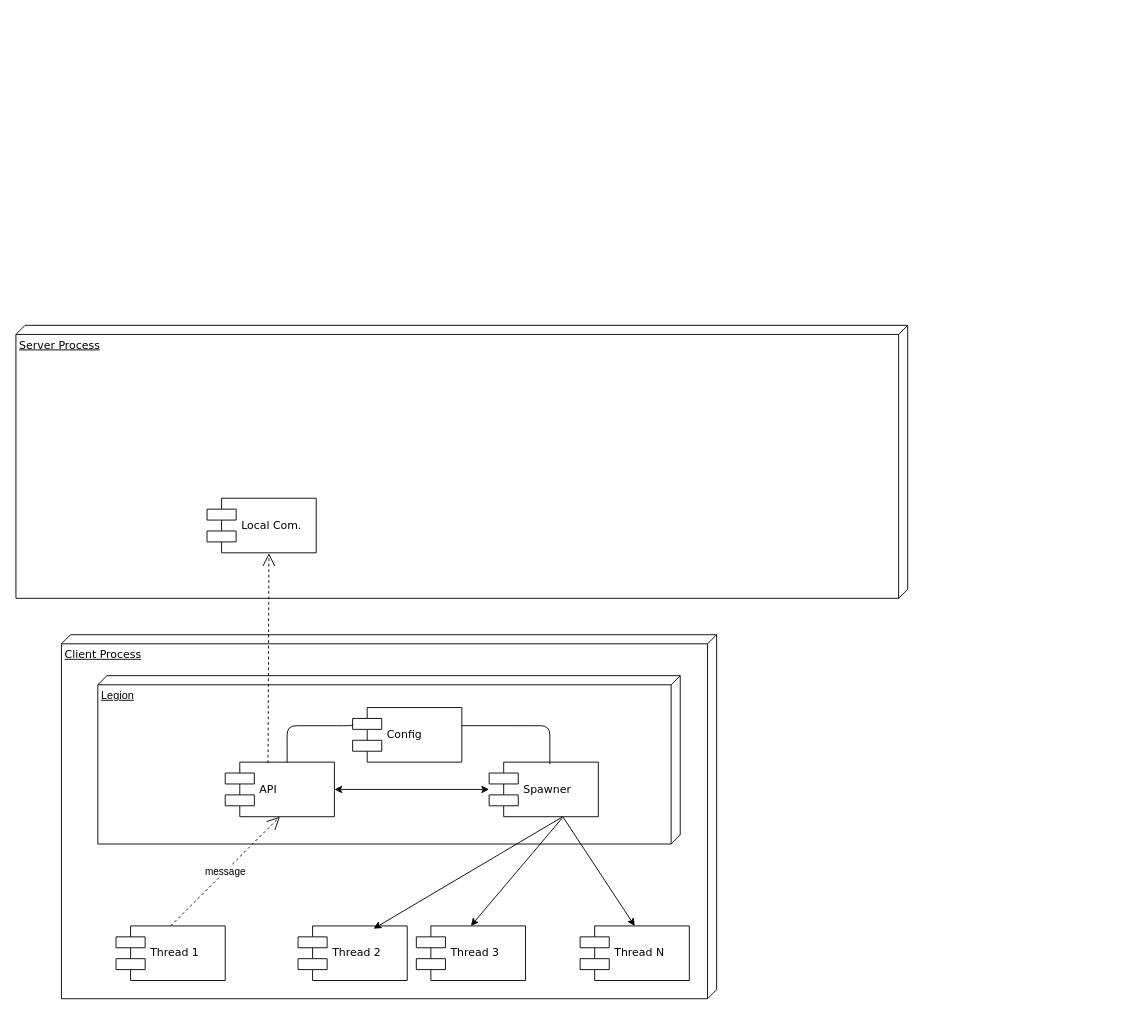
Before: basic_idea.drawio in exchangelegion/legion, a draw.io diagram. Source tidied: cells renumbered, new cells numbered last; positions are measured from the earlier drawing's top-left corner, leaving out a move shared by most shapes. Both pictures are drawn from the tidied source at 91%, with x=0, y=0 at pixel (15, 325).
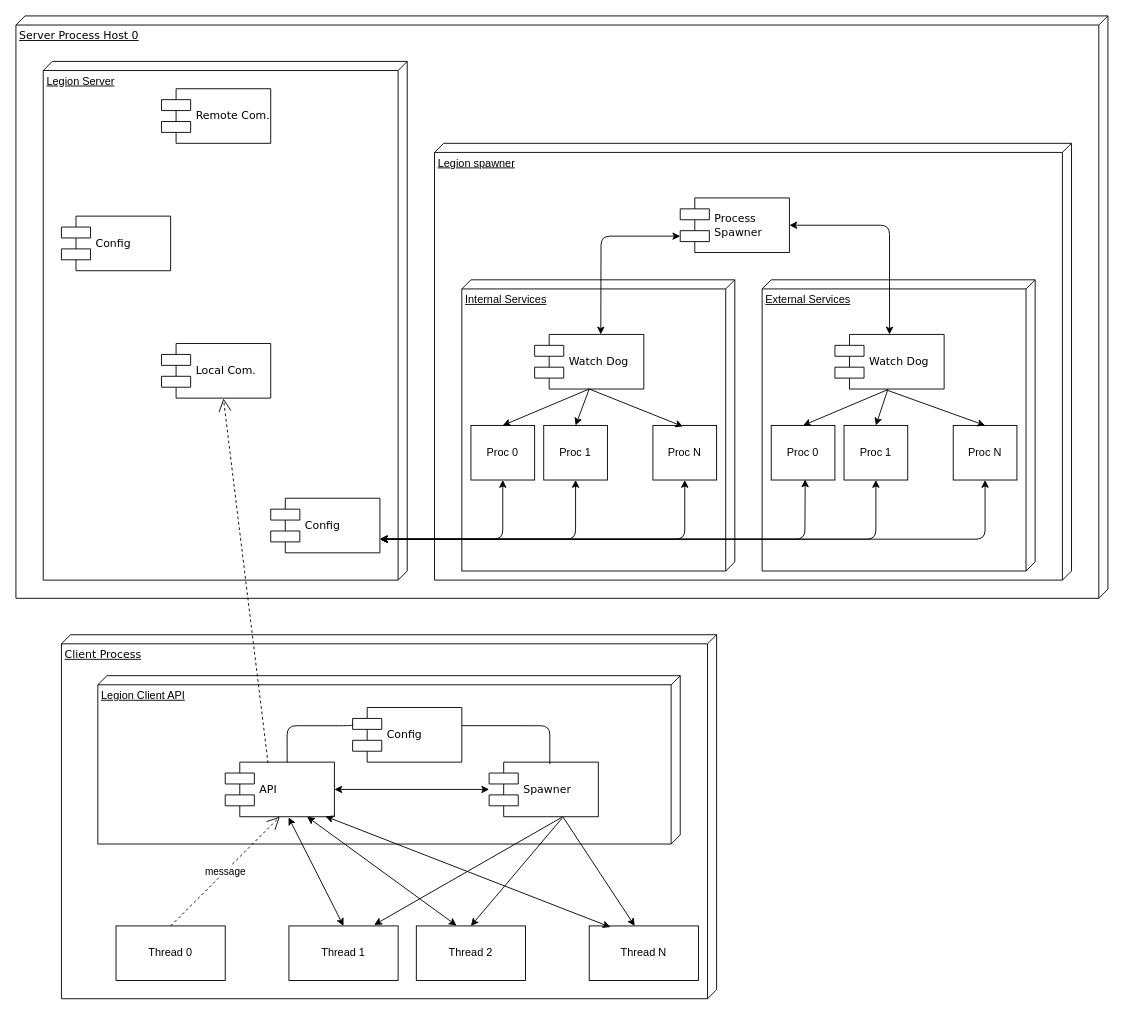
The same page after the edit.

The change refers to these unchanged cells:
```xml
<mxCell id="6" value="API" style="shape=component;align=left;spacingLeft=36;rounded=0;shadow=0;comic=0;labelBackgroundColor=none;strokeWidth=1;fontFamily=Verdana;fontSize=12;html=1;" parent="1" vertex="1">
  <mxGeometry x="230" y="480" width="120" height="60" as="geometry" />
</mxCell>
<mxCell id="9" value="Spawner" style="shape=component;align=left;spacingLeft=36;rounded=0;shadow=0;comic=0;labelBackgroundColor=none;strokeWidth=1;fontFamily=Verdana;fontSize=12;html=1;" parent="1" vertex="1">
  <mxGeometry x="520" y="480" width="120" height="60" as="geometry" />
</mxCell>
```

Diff of the diagram source:
```diff
@@
+    <mxCell id="4" value="Server Process Host 0" style="verticalAlign=top;align=left;spacingTop=8;spacingLeft=2;spacingRight=12;shape=cube;size=10;direction=south;fontStyle=4;html=1;rounded=0;shadow=0;comic=0;labelBackgroundColor=none;strokeWidth=1;fontFamily=Verdana;fontSize=12;" parent="1" vertex="1">
+      <mxGeometry y="-340" width="1200" height="640" as="geometry" />
+    </mxCell>
+    <mxCell id="21" value="Legion Server" style="verticalAlign=top;align=left;spacingTop=8;spacingLeft=2;spacingRight=12;shape=cube;size=10;direction=south;fontStyle=4;html=1;" parent="1" vertex="1">
+      <mxGeometry x="30" y="-290" width="400" height="570" as="geometry" />
+    </mxCell>
@@
-    <mxCell id="3" value="Legion" style="verticalAlign=top;align=left;spacingTop=8;spacingLeft=2;spacingRight=12;shape=cube;size=10;direction=south;fontStyle=4;html=1;" parent="1" vertex="1">
+    <mxCell id="3" value="Legion Client API" style="verticalAlign=top;align=left;spacingTop=8;spacingLeft=2;spacingRight=12;shape=cube;size=10;direction=south;fontStyle=4;html=1;" parent="1" vertex="1">
       <mxGeometry x="90" y="385" width="640" height="185" as="geometry" />
     </mxCell>
-    <mxCell id="4" value="Server Process" style="verticalAlign=top;align=left;spacingTop=8;spacingLeft=2;spacingRight=12;shape=cube;size=10;direction=south;fontStyle=4;html=1;rounded=0;shadow=0;comic=0;labelBackgroundColor=none;strokeWidth=1;fontFamily=Verdana;fontSize=12;" parent="1" vertex="1">
-      <mxGeometry width="980" height="300" as="geometry" />
-    </mxCell>
     <mxCell id="5" value="Local Com." style="shape=component;align=left;spacingLeft=36;rounded=0;shadow=0;comic=0;labelBackgroundColor=none;strokeWidth=1;fontFamily=Verdana;fontSize=12;html=1;" parent="1" vertex="1">
-      <mxGeometry x="210" y="190" width="120" height="60" as="geometry" />
+      <mxGeometry x="160" y="20" width="120" height="60" as="geometry" />
     </mxCell>
@@
-    <mxCell id="7" value="Thread 1" style="shape=component;align=left;spacingLeft=36;rounded=0;shadow=0;comic=0;labelBackgroundColor=none;strokeWidth=1;fontFamily=Verdana;fontSize=12;html=1;" parent="1" vertex="1">
-      <mxGeometry x="110" y="660" width="120" height="60" as="geometry" />
-    </mxCell>
@@
-    <mxCell id="10" value="Thread 2" style="shape=component;align=left;spacingLeft=36;rounded=0;shadow=0;comic=0;labelBackgroundColor=none;strokeWidth=1;fontFamily=Verdana;fontSize=12;html=1;" parent="1" vertex="1">
-      <mxGeometry x="310" y="660" width="120" height="60" as="geometry" />
-    </mxCell>
-    <mxCell id="11" value="Thread 3" style="shape=component;align=left;spacingLeft=36;rounded=0;shadow=0;comic=0;labelBackgroundColor=none;strokeWidth=1;fontFamily=Verdana;fontSize=12;html=1;" parent="1" vertex="1">
-      <mxGeometry x="440" y="660" width="120" height="60" as="geometry" />
-    </mxCell>
-    <mxCell id="12" value="Thread N" style="shape=component;align=left;spacingLeft=36;rounded=0;shadow=0;comic=0;labelBackgroundColor=none;strokeWidth=1;fontFamily=Verdana;fontSize=12;html=1;" parent="1" vertex="1">
-      <mxGeometry x="620" y="660" width="120" height="60" as="geometry" />
-    </mxCell>
-    <mxCell id="13" value="message" style="endArrow=open;endSize=12;dashed=1;html=1;exitX=0.5;exitY=0;exitDx=0;exitDy=0;entryX=0.5;entryY=1;entryDx=0;entryDy=0;" parent="1" edge="1" source="7" target="6">
-      <mxGeometry relative="1" as="geometry" />
+    <mxCell id="13" value="message" style="endArrow=open;endSize=12;dashed=1;html=1;exitX=0.5;exitY=0;exitDx=0;exitDy=0;entryX=0.5;entryY=1;entryDx=0;entryDy=0;" parent="1" edge="1" target="6">
+      <mxGeometry relative="1" as="geometry">
+        <mxPoint x="170" y="660" as="sourcePoint" />
+      </mxGeometry>
     </mxCell>
-    <mxCell id="14" style="endArrow=classic;html=1;entryX=0.692;entryY=0.05;entryDx=0;entryDy=0;entryPerimeter=0;exitX=0.675;exitY=1;exitDx=0;exitDy=0;exitPerimeter=0;" parent="1" edge="1" source="9" target="10">
+    <mxCell id="14" style="endArrow=classic;html=1;entryX=0.781;entryY=-0.019;entryDx=0;entryDy=0;entryPerimeter=0;exitX=0.675;exitY=1;exitDx=0;exitDy=0;exitPerimeter=0;" parent="1" edge="1" source="9" target="7">
       <mxGeometry relative="1" as="geometry" />
     </mxCell>
-    <mxCell id="15" style="endArrow=classic;html=1;entryX=0.5;entryY=0;entryDx=0;entryDy=0;exitX=0.667;exitY=1.028;exitDx=0;exitDy=0;exitPerimeter=0;" parent="1" edge="1" source="9" target="11">
-      <mxGeometry relative="1" as="geometry" />
+    <mxCell id="15" style="endArrow=classic;html=1;entryX=0.5;entryY=0;entryDx=0;entryDy=0;exitX=0.667;exitY=1.028;exitDx=0;exitDy=0;exitPerimeter=0;" parent="1" edge="1" source="9">
+      <mxGeometry relative="1" as="geometry">
+        <mxPoint x="500" y="660" as="targetPoint" />
+      </mxGeometry>
     </mxCell>
-    <mxCell id="16" style="endArrow=classic;html=1;entryX=0.5;entryY=0;entryDx=0;entryDy=0;exitX=0.675;exitY=1;exitDx=0;exitDy=0;exitPerimeter=0;" parent="1" edge="1" source="9" target="12">
-      <mxGeometry relative="1" as="geometry" />
+    <mxCell id="16" style="endArrow=classic;html=1;entryX=0.5;entryY=0;entryDx=0;entryDy=0;exitX=0.675;exitY=1;exitDx=0;exitDy=0;exitPerimeter=0;" parent="1" edge="1" source="9">
+      <mxGeometry relative="1" as="geometry">
+        <mxPoint x="680" y="660" as="targetPoint" />
+      </mxGeometry>
     </mxCell>
@@
+    <mxCell id="22" value="&lt;div&gt;Thread 0&lt;/div&gt;" style="rounded=0;whiteSpace=wrap;html=1;" parent="1" vertex="1">
+      <mxGeometry x="110" y="660" width="120" height="60" as="geometry" />
+    </mxCell>
+    <mxCell id="7" value="&lt;div&gt;Thread 1&lt;br&gt;&lt;/div&gt;" style="rounded=0;whiteSpace=wrap;html=1;" parent="1" vertex="1">
+      <mxGeometry x="300" y="660" width="120" height="60" as="geometry" />
+    </mxCell>
+    <mxCell id="10" value="&lt;div&gt;Thread 2&lt;br&gt;&lt;/div&gt;" style="rounded=0;whiteSpace=wrap;html=1;" parent="1" vertex="1">
+      <mxGeometry x="440" y="660" width="120" height="60" as="geometry" />
+    </mxCell>
+    <mxCell id="12" value="&lt;div&gt;Thread N&lt;br&gt;&lt;/div&gt;" style="rounded=0;whiteSpace=wrap;html=1;" parent="1" vertex="1">
+      <mxGeometry x="630" y="660" width="120" height="60" as="geometry" />
+    </mxCell>
+    <mxCell id="23" style="endArrow=classic;startArrow=classic;html=1;exitX=0.5;exitY=0;exitDx=0;exitDy=0;entryX=0.58;entryY=1.012;entryDx=0;entryDy=0;entryPerimeter=0;" parent="1" edge="1" source="7" target="6">
+      <mxGeometry relative="1" as="geometry" />
+    </mxCell>
+    <mxCell id="24" style="endArrow=classic;startArrow=classic;html=1;exitX=0.368;exitY=-0.007;exitDx=0;exitDy=0;exitPerimeter=0;entryX=0.75;entryY=1;entryDx=0;entryDy=0;" parent="1" edge="1" source="10" target="6">
+      <mxGeometry relative="1" as="geometry" />
+    </mxCell>
+    <mxCell id="25" style="endArrow=classic;startArrow=classic;html=1;exitX=0.194;exitY=0.021;exitDx=0;exitDy=0;exitPerimeter=0;entryX=0.918;entryY=0.993;entryDx=0;entryDy=0;entryPerimeter=0;" parent="1" edge="1" source="12" target="6">
+      <mxGeometry relative="1" as="geometry" />
+    </mxCell>
+    <mxCell id="26" value="Config" style="shape=component;align=left;spacingLeft=36;rounded=0;shadow=0;comic=0;labelBackgroundColor=none;strokeWidth=1;fontFamily=Verdana;fontSize=12;html=1;" parent="1" vertex="1">
+      <mxGeometry x="50" y="-120" width="120" height="60" as="geometry" />
+    </mxCell>
+    <mxCell id="27" value="Remote Com." style="shape=component;align=left;spacingLeft=36;rounded=0;shadow=0;comic=0;labelBackgroundColor=none;strokeWidth=1;fontFamily=Verdana;fontSize=12;html=1;" parent="1" vertex="1">
+      <mxGeometry x="160" y="-260" width="120" height="60" as="geometry" />
+    </mxCell>
+    <mxCell id="28" value="&lt;div&gt;Legion spawner&lt;/div&gt;" style="verticalAlign=top;align=left;spacingTop=8;spacingLeft=2;spacingRight=12;shape=cube;size=10;direction=south;fontStyle=4;html=1;" parent="1" vertex="1">
+      <mxGeometry x="460" y="-200" width="700" height="480" as="geometry" />
+    </mxCell>
+    <mxCell id="29" value="Internal Services" style="verticalAlign=top;align=left;spacingTop=8;spacingLeft=2;spacingRight=12;shape=cube;size=10;direction=south;fontStyle=4;html=1;" parent="1" vertex="1">
+      <mxGeometry x="490" y="-50" width="300" height="320" as="geometry" />
+    </mxCell>
+    <mxCell id="30" value="External Services" style="verticalAlign=top;align=left;spacingTop=8;spacingLeft=2;spacingRight=12;shape=cube;size=10;direction=south;fontStyle=4;html=1;" parent="1" vertex="1">
+      <mxGeometry x="820" y="-50" width="300" height="320" as="geometry" />
+    </mxCell>
+    <mxCell id="31" value="Proc 0" style="rounded=0;whiteSpace=wrap;html=1;" parent="1" vertex="1">
+      <mxGeometry x="500" y="110" width="70" height="60" as="geometry" />
+    </mxCell>
+    <mxCell id="32" value="Proc 1" style="rounded=0;whiteSpace=wrap;html=1;" parent="1" vertex="1">
+      <mxGeometry x="580" y="110" width="70" height="60" as="geometry" />
+    </mxCell>
+    <mxCell id="33" value="Proc N" style="rounded=0;whiteSpace=wrap;html=1;" parent="1" vertex="1">
+      <mxGeometry x="700" y="110" width="70" height="60" as="geometry" />
+    </mxCell>
+    <mxCell id="34" value="Proc 0" style="rounded=0;whiteSpace=wrap;html=1;" parent="1" vertex="1">
+      <mxGeometry x="830" y="110" width="70" height="60" as="geometry" />
+    </mxCell>
+    <mxCell id="35" value="Proc 1" style="rounded=0;whiteSpace=wrap;html=1;" parent="1" vertex="1">
+      <mxGeometry x="910" y="110" width="70" height="60" as="geometry" />
+    </mxCell>
+    <mxCell id="36" value="Proc N" style="rounded=0;whiteSpace=wrap;html=1;" parent="1" vertex="1">
+      <mxGeometry x="1030" y="110" width="70" height="60" as="geometry" />
+    </mxCell>
+    <mxCell id="37" value="Config" style="shape=component;align=left;spacingLeft=36;rounded=0;shadow=0;comic=0;labelBackgroundColor=none;strokeWidth=1;fontFamily=Verdana;fontSize=12;html=1;" parent="1" vertex="1">
+      <mxGeometry x="280" y="190" width="120" height="60" as="geometry" />
+    </mxCell>
+    <mxCell id="38" value="&lt;div&gt;Process&lt;/div&gt;&lt;div&gt;Spawner&lt;/div&gt;" style="shape=component;align=left;spacingLeft=36;rounded=0;shadow=0;comic=0;labelBackgroundColor=none;strokeWidth=1;fontFamily=Verdana;fontSize=12;html=1;" parent="1" vertex="1">
+      <mxGeometry x="730" y="-140" width="120" height="60" as="geometry" />
+    </mxCell>
+    <mxCell id="39" value="Watch Dog" style="shape=component;align=left;spacingLeft=36;rounded=0;shadow=0;comic=0;labelBackgroundColor=none;strokeWidth=1;fontFamily=Verdana;fontSize=12;html=1;" parent="1" vertex="1">
+      <mxGeometry x="570" y="10" width="120" height="60" as="geometry" />
+    </mxCell>
+    <mxCell id="40" value="Watch Dog" style="shape=component;align=left;spacingLeft=36;rounded=0;shadow=0;comic=0;labelBackgroundColor=none;strokeWidth=1;fontFamily=Verdana;fontSize=12;html=1;" parent="1" vertex="1">
+      <mxGeometry x="900" y="10" width="120" height="60" as="geometry" />
+    </mxCell>
+    <mxCell id="41" style="endArrow=classic;startArrow=classic;html=1;entryX=0;entryY=0.7;entryDx=0;entryDy=0;exitX=0.606;exitY=0;exitDx=0;exitDy=0;exitPerimeter=0;" parent="1" edge="1" source="39" target="38">
+      <mxGeometry relative="1" as="geometry">
+        <Array as="points">
+          <mxPoint x="643" y="-98" />
+        </Array>
+      </mxGeometry>
+    </mxCell>
+    <mxCell id="42" style="endArrow=classic;startArrow=classic;html=1;exitX=0.5;exitY=0;exitDx=0;exitDy=0;entryX=1;entryY=0.5;entryDx=0;entryDy=0;" parent="1" edge="1" source="40" target="38">
+      <mxGeometry relative="1" as="geometry">
+        <Array as="points">
+          <mxPoint x="960" y="-110" />
+        </Array>
+      </mxGeometry>
+    </mxCell>
+    <mxCell id="43" style="endArrow=classic;html=1;entryX=0.5;entryY=0;entryDx=0;entryDy=0;exitX=0.5;exitY=1;exitDx=0;exitDy=0;" parent="1" edge="1" source="39" target="31">
+      <mxGeometry relative="1" as="geometry" />
+    </mxCell>
+    <mxCell id="44" style="endArrow=classic;html=1;entryX=0.5;entryY=0;entryDx=0;entryDy=0;exitX=0.5;exitY=1;exitDx=0;exitDy=0;" parent="1" edge="1" source="39" target="32">
+      <mxGeometry relative="1" as="geometry" />
+    </mxCell>
+    <mxCell id="45" style="endArrow=classic;html=1;entryX=0.471;entryY=0.019;entryDx=0;entryDy=0;entryPerimeter=0;" parent="1" edge="1" target="33">
+      <mxGeometry relative="1" as="geometry">
+        <mxPoint x="630" y="70" as="sourcePoint" />
+      </mxGeometry>
+    </mxCell>
+    <mxCell id="46" style="endArrow=classic;html=1;entryX=0.5;entryY=0;entryDx=0;entryDy=0;exitX=0.484;exitY=1.011;exitDx=0;exitDy=0;exitPerimeter=0;" parent="1" edge="1" source="40" target="34">
+      <mxGeometry relative="1" as="geometry" />
+    </mxCell>
+    <mxCell id="47" style="endArrow=classic;html=1;entryX=0.5;entryY=0;entryDx=0;entryDy=0;exitX=0.482;exitY=1.023;exitDx=0;exitDy=0;exitPerimeter=0;" parent="1" edge="1" source="40" target="35">
+      <mxGeometry relative="1" as="geometry" />
+    </mxCell>
+    <mxCell id="48" style="endArrow=classic;html=1;exitX=0.472;exitY=1.017;exitDx=0;exitDy=0;exitPerimeter=0;entryX=0.5;entryY=0;entryDx=0;entryDy=0;" parent="1" edge="1" source="40" target="36">
+      <mxGeometry relative="1" as="geometry" />
+    </mxCell>
+    <mxCell id="49" style="endArrow=classic;startArrow=classic;html=1;entryX=0.5;entryY=1;entryDx=0;entryDy=0;exitX=1;exitY=0.75;exitDx=0;exitDy=0;" parent="1" edge="1" source="37" target="36">
+      <mxGeometry relative="1" as="geometry">
+        <Array as="points">
+          <mxPoint x="1065" y="235" />
+        </Array>
+      </mxGeometry>
+    </mxCell>
+    <mxCell id="50" style="endArrow=classic;startArrow=classic;html=1;entryX=0.5;entryY=1;entryDx=0;entryDy=0;exitX=1;exitY=0.75;exitDx=0;exitDy=0;" parent="1" edge="1" source="37" target="31">
+      <mxGeometry relative="1" as="geometry">
+        <Array as="points">
+          <mxPoint x="535" y="235" />
+        </Array>
+      </mxGeometry>
+    </mxCell>
+    <mxCell id="51" style="endArrow=classic;startArrow=classic;html=1;entryX=0.5;entryY=1;entryDx=0;entryDy=0;exitX=1;exitY=0.75;exitDx=0;exitDy=0;" parent="1" edge="1" source="37" target="32">
+      <mxGeometry relative="1" as="geometry">
+        <Array as="points">
+          <mxPoint x="615" y="235" />
+        </Array>
+      </mxGeometry>
+    </mxCell>
+    <mxCell id="52" style="endArrow=classic;startArrow=classic;html=1;entryX=0.5;entryY=1;entryDx=0;entryDy=0;exitX=1;exitY=0.75;exitDx=0;exitDy=0;" parent="1" edge="1" source="37" target="33">
+      <mxGeometry relative="1" as="geometry">
+        <Array as="points">
+          <mxPoint x="735" y="235" />
+        </Array>
+      </mxGeometry>
+    </mxCell>
+    <mxCell id="53" style="endArrow=classic;startArrow=classic;html=1;entryX=0.533;entryY=0.989;entryDx=0;entryDy=0;entryPerimeter=0;exitX=1;exitY=0.75;exitDx=0;exitDy=0;" parent="1" edge="1" source="37" target="34">
+      <mxGeometry relative="1" as="geometry">
+        <Array as="points">
+          <mxPoint x="867" y="235" />
+        </Array>
+      </mxGeometry>
+    </mxCell>
+    <mxCell id="54" style="endArrow=classic;startArrow=classic;html=1;exitX=1;exitY=0.75;exitDx=0;exitDy=0;entryX=0.5;entryY=1;entryDx=0;entryDy=0;" parent="1" edge="1" source="37" target="35">
+      <mxGeometry relative="1" as="geometry">
+        <Array as="points">
+          <mxPoint x="945" y="235" />
+        </Array>
+      </mxGeometry>
+    </mxCell>
```
